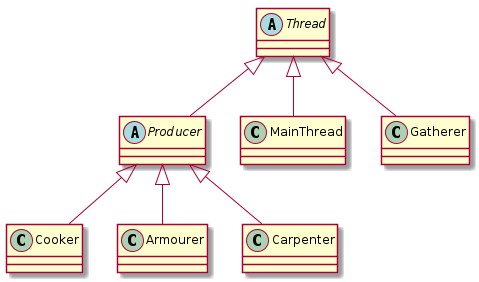
The PlantUML diagram img/diagrama_clases.png in martinsuarezz/taller-tp2, before a commit. The source it was exported from:
```plantuml
@startuml

abstract class Thread
abstract class Producer

Thread <|-- MainThread
Thread <|-- Gatherer
Thread <|-- Producer

Producer <|-- Cooker
Producer <|-- Armourer
Producer <|-- Carpenter

@enduml
```
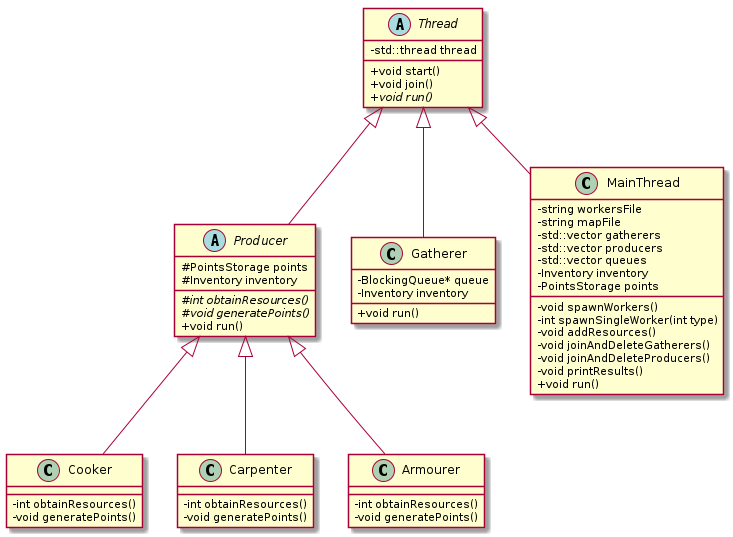
Above is the later version.

Commit message:
Agregado de diagramas

Change to the diagram source:
```diff
@@ -1,7 +1,57 @@
 @startuml
 
-abstract class Thread
-abstract class Producer
+skinparam classAttributeIconSize 0
+abstract class Thread{
+    - std::thread thread
+    + void start()
+    + void join()
+    + {abstract} void run()
+}
+abstract class Producer{
+    # PointsStorage points
+    # Inventory inventory
+    # {abstract} int obtainResources()
+    # {abstract} void generatePoints()
+    + void run()
+}
+
+class Gatherer{
+    - BlockingQueue* queue
+    - Inventory inventory
+    + void run()
+}
+
+class Cooker{
+    - int obtainResources()
+    - void generatePoints()
+}
+
+class Carpenter{
+    - int obtainResources()
+    - void generatePoints()
+}
+
+class Armourer{
+    - int obtainResources()
+    - void generatePoints()
+}
+
+class MainThread{
+    - string workersFile
+    - string mapFile
+    - std::vector gatherers
+    - std::vector producers
+    - std::vector queues
+    - Inventory inventory
+    - PointsStorage points
+    - void spawnWorkers()
+    - int spawnSingleWorker(int type)
+    - void addResources()
+    - void joinAndDeleteGatherers()
+    - void joinAndDeleteProducers()
+    - void printResults()
+    + void run()
+}
 
 Thread <|-- MainThread
 Thread <|-- Gatherer
```
